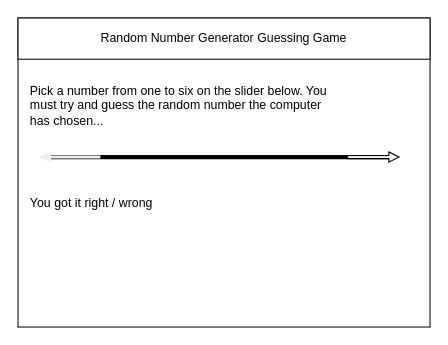
Before: design/story-board.drawio in Claire-Bedrossian/ICS2O-Unit5-01-JS, a draw.io diagram. Source tidied: cells renumbered, new cells numbered last; positions are measured from the earlier drawing's top-left corner, leaving out a move shared by most shapes. Both pictures are drawn from the tidied source at 103%, with x=0, y=0 at pixel (18, 18).
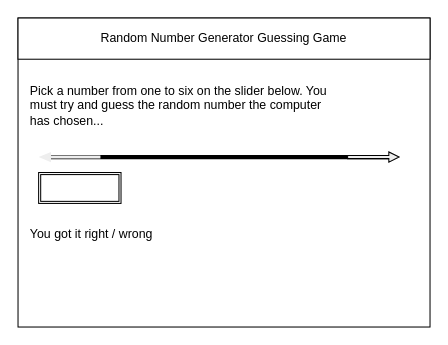
The same page after the edit.

Commit message (it also covers changes not shown here):
closed div

What changed in the source:
```diff
@@
 <mxGraphModel>
   <root>
     <mxCell id="0" />
     <mxCell id="1" parent="0" />
     <mxCell id="2" style="rounded=0;whiteSpace=wrap;html=1;" parent="1" vertex="1">
       <mxGeometry width="400" height="300" as="geometry" />
     </mxCell>
     <mxCell id="3" value="Random Number Generator Guessing Game" style="rounded=0;whiteSpace=wrap;html=1;" parent="1" vertex="1">
       <mxGeometry width="400" height="40" as="geometry" />
     </mxCell>
     <mxCell id="4" style="line;strokeWidth=4;html=1;perimeter=backbonePerimeter;" parent="1" vertex="1">
       <mxGeometry x="30" y="130" width="330" height="10" as="geometry" />
     </mxCell>
     <mxCell id="5" value="You got it right / wrong" style="text;html=1;strokeColor=none;fillColor=none;align=left;verticalAlign=middle;whiteSpace=wrap;overflow=hidden;" parent="1" vertex="1">
-      <mxGeometry x="10" y="170" width="150" height="20" as="geometry" />
+      <mxGeometry x="10" y="200" width="150" height="20" as="geometry" />
     </mxCell>
     <mxCell id="6" value="Pick a number from one to six on the slider below. You must try and guess the random number the computer has chosen...&amp;nbsp;" style="text;html=1;strokeColor=none;fillColor=none;align=left;verticalAlign=middle;whiteSpace=wrap;overflow=hidden;" parent="1" vertex="1">
       <mxGeometry x="10" y="60" width="300" height="50" as="geometry" />
     </mxCell>
     <mxCell id="7" style="shape=singleArrow;direction=west;whiteSpace=wrap;html=1;fillColor=#EEEEEE;strokeColor=none;" parent="1" vertex="1">
       <mxGeometry x="20" y="130" width="60" height="10" as="geometry" />
     </mxCell>
     <mxCell id="8" style="shape=singleArrow;whiteSpace=wrap;html=1;fillColor=#EEEEEE;" parent="1" vertex="1">
       <mxGeometry x="320" y="130" width="50" height="10" as="geometry" />
     </mxCell>
+    <mxCell id="9" style="shape=ext;double=1;rounded=0;whiteSpace=wrap;html=1;" parent="1" vertex="1">
+      <mxGeometry x="20" y="150" width="80" height="30" as="geometry" />
+    </mxCell>
   </root>
 </mxGraphModel>
```
